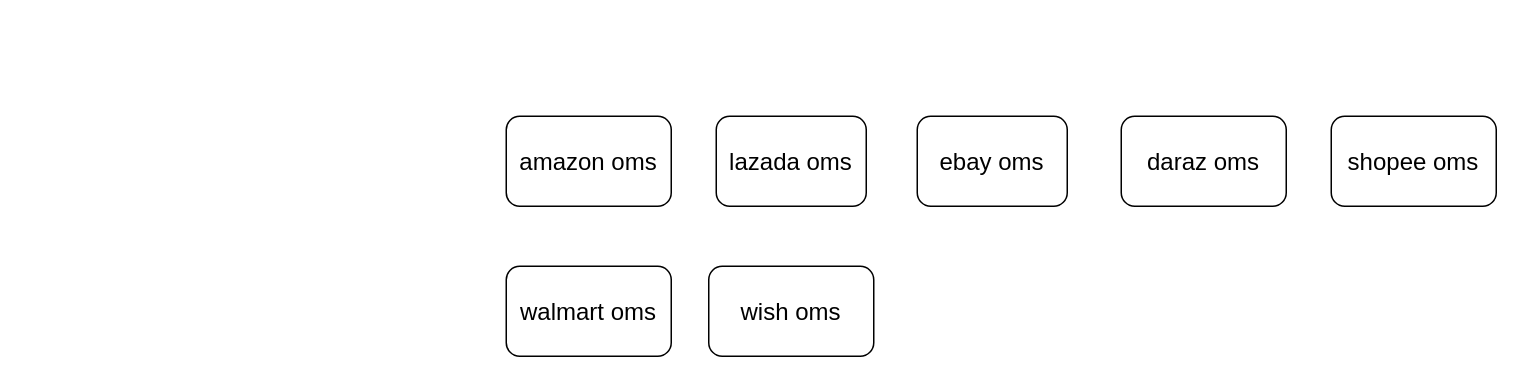
GitHeP/diagrams keeps this draw.io diagram as longpean/OMS系统架构.drawio. Above is the earlier version. Source tidied: cells renumbered, new cells numbered last; positions are measured from the earlier drawing's top-left corner, leaving out a move shared by most shapes. Both pictures are drawn from the tidied source at 150%, with x=0, y=0 at pixel (506, 116).
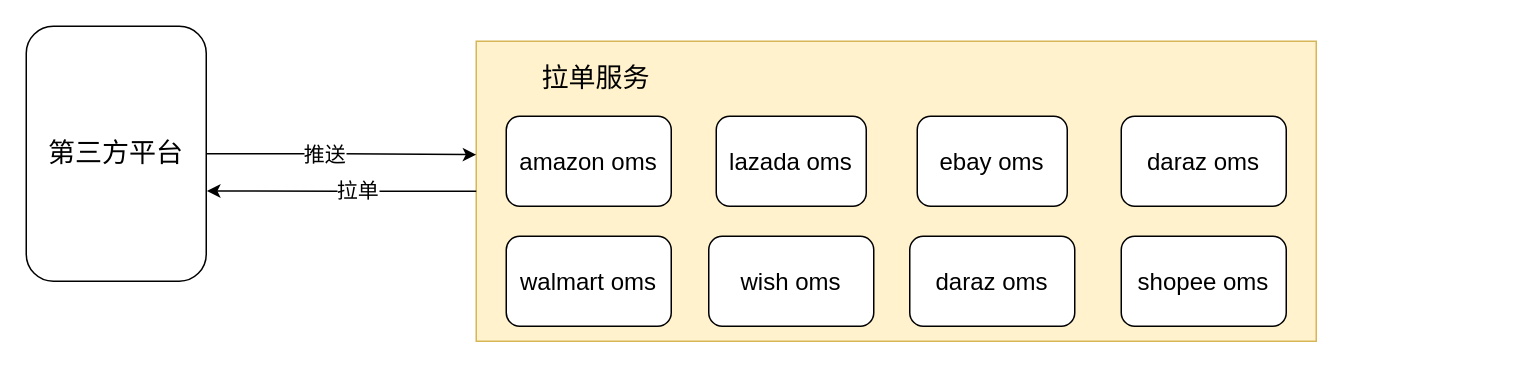
After the change.

Commit message (it also covers changes not shown here):
更新OMS系统架构.drawio

The edit, as a diff of the source:
```diff
@@
 <mxGraphModel>
   <root>
     <mxCell id="0" />
     <mxCell id="1" parent="0" />
+    <mxCell id="9" style="rounded=0;whiteSpace=wrap;html=1;fillColor=#fff2cc;strokeColor=#d6b656;" parent="1" vertex="1">
+      <mxGeometry x="-20" y="-50" width="560" height="200" as="geometry" />
+    </mxCell>
     <mxCell id="2" value="&lt;font style=&quot;font-size: 16px;&quot;&gt;lazada oms&lt;/font&gt;" style="rounded=1;whiteSpace=wrap;html=1;" parent="1" vertex="1">
       <mxGeometry x="140" width="100" height="60" as="geometry" />
     </mxCell>
     <mxCell id="3" value="&lt;font style=&quot;font-size: 16px;&quot;&gt;ebay oms&lt;/font&gt;" style="rounded=1;whiteSpace=wrap;html=1;" parent="1" vertex="1">
       <mxGeometry x="274" width="100" height="60" as="geometry" />
     </mxCell>
     <mxCell id="4" value="&lt;font style=&quot;font-size: 16px;&quot;&gt;daraz&amp;nbsp;oms&lt;/font&gt;" style="rounded=1;whiteSpace=wrap;html=1;" parent="1" vertex="1">
       <mxGeometry x="410" width="110" height="60" as="geometry" />
     </mxCell>
     <mxCell id="5" value="&lt;font style=&quot;font-size: 16px;&quot;&gt;amazon oms&lt;/font&gt;" style="rounded=1;whiteSpace=wrap;html=1;" parent="1" vertex="1">
       <mxGeometry width="110" height="60" as="geometry" />
     </mxCell>
     <mxCell id="6" value="&lt;font style=&quot;font-size: 16px;&quot;&gt;shopee oms&lt;/font&gt;" style="rounded=1;whiteSpace=wrap;html=1;" parent="1" vertex="1">
-      <mxGeometry x="550" width="110" height="60" as="geometry" />
+      <mxGeometry x="410" y="80" width="110" height="60" as="geometry" />
     </mxCell>
     <mxCell id="7" value="&lt;font style=&quot;font-size: 16px;&quot;&gt;walmart oms&lt;/font&gt;" style="rounded=1;whiteSpace=wrap;html=1;" parent="1" vertex="1">
-      <mxGeometry y="100" width="110" height="60" as="geometry" />
+      <mxGeometry y="80" width="110" height="60" as="geometry" />
     </mxCell>
     <mxCell id="8" value="&lt;font style=&quot;font-size: 16px;&quot;&gt;wish oms&lt;/font&gt;" style="rounded=1;whiteSpace=wrap;html=1;" parent="1" vertex="1">
-      <mxGeometry x="135" y="100" width="110" height="60" as="geometry" />
+      <mxGeometry x="135" y="80" width="110" height="60" as="geometry" />
     </mxCell>
+    <mxCell id="10" value="&lt;font style=&quot;font-size: 16px;&quot;&gt;daraz&amp;nbsp;oms&lt;/font&gt;" style="rounded=1;whiteSpace=wrap;html=1;" parent="1" vertex="1">
+      <mxGeometry x="269" y="80" width="110" height="60" as="geometry" />
+    </mxCell>
+    <mxCell id="11" style="edgeStyle=orthogonalEdgeStyle;rounded=0;jettySize=auto;html=1;entryX=0;entryY=0.378;entryDx=0;entryDy=0;entryPerimeter=0;" parent="1" edge="1" source="13" target="9">
+      <mxGeometry relative="1" as="geometry" />
+    </mxCell>
+    <mxCell id="12" value="&lt;font style=&quot;font-size: 14px;&quot;&gt;推送&lt;/font&gt;" style="edgeLabel;html=1;align=center;verticalAlign=middle;" parent="11" vertex="1">
+      <mxGeometry x="-0.14" relative="1" as="geometry" />
+    </mxCell>
+    <mxCell id="13" value="&lt;font style=&quot;font-size: 18px;&quot;&gt;第三方平台&lt;/font&gt;" style="rounded=1;whiteSpace=wrap;html=1;" parent="1" vertex="1">
+      <mxGeometry x="-320" y="-60" width="120" height="170" as="geometry" />
+    </mxCell>
+    <mxCell id="14" value="&lt;font style=&quot;font-size: 18px;&quot;&gt;拉单服务&lt;/font&gt;" style="text;html=1;strokeColor=none;fillColor=none;align=center;verticalAlign=middle;whiteSpace=wrap;rounded=0;" parent="1" vertex="1">
+      <mxGeometry y="-40" width="120" height="30" as="geometry" />
+    </mxCell>
+    <mxCell id="15" style="edgeStyle=orthogonalEdgeStyle;rounded=0;jettySize=auto;html=1;entryX=1.004;entryY=0.646;entryDx=0;entryDy=0;entryPerimeter=0;" parent="1" edge="1" source="9" target="13">
+      <mxGeometry relative="1" as="geometry" />
+    </mxCell>
+    <mxCell id="16" value="&lt;font style=&quot;font-size: 14px;&quot;&gt;拉单&lt;/font&gt;" style="edgeLabel;html=1;align=center;verticalAlign=middle;" parent="15" vertex="1">
+      <mxGeometry x="0.18" y="1" relative="1" as="geometry">
+        <mxPoint x="26" y="-1" as="offset" />
+      </mxGeometry>
+    </mxCell>
   </root>
 </mxGraphModel>
```
